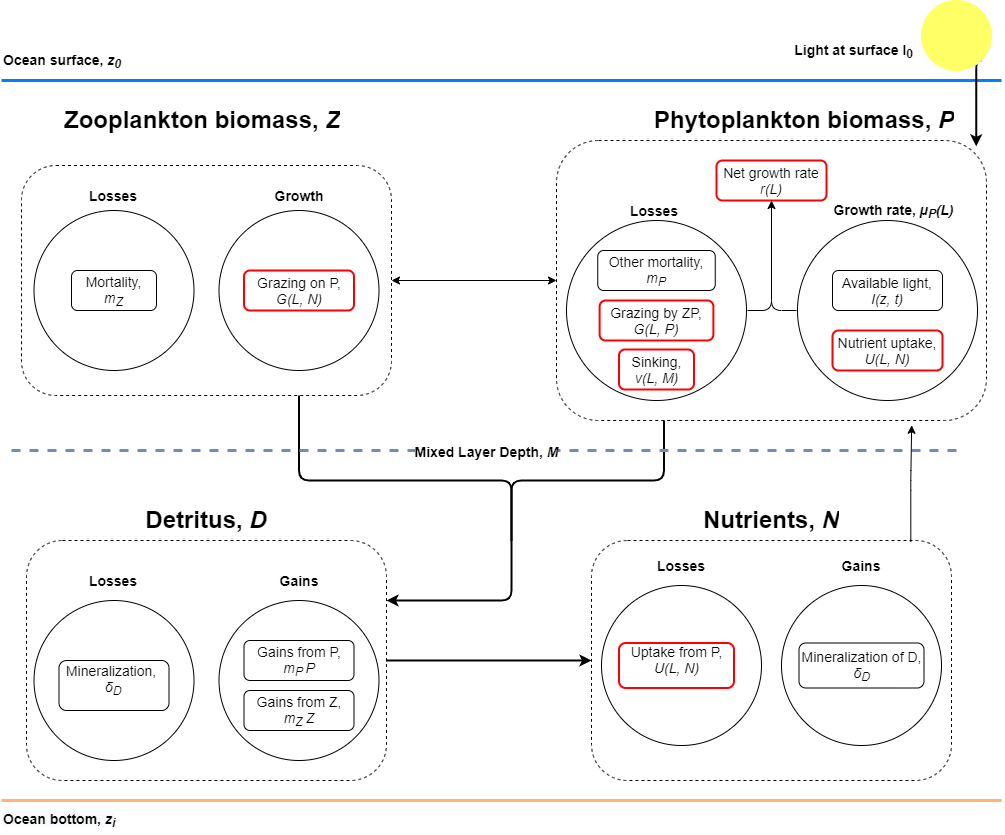
This is Figures/ModelIllustration.png from MickiJensen/Final-report, a draw.io export, as it was before one commit. Source tidied: cells renumbered, new cells last; positions are measured from the earlier drawing's top-left corner, leaving out a move shared by most shapes.
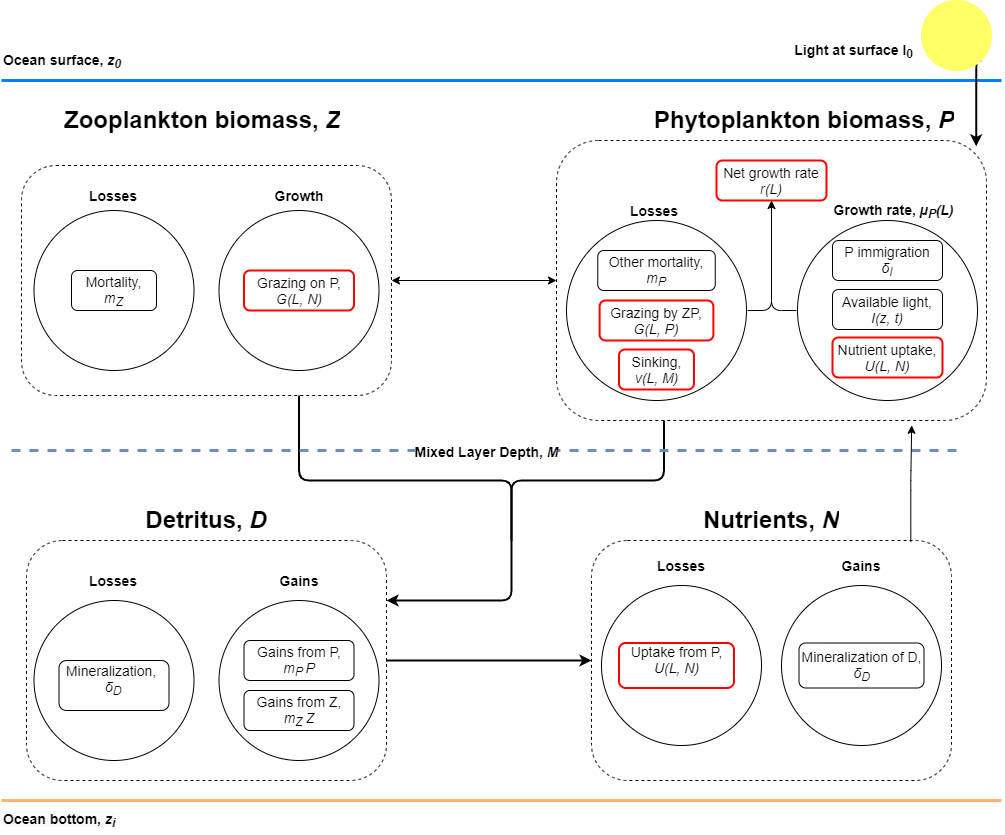
Later version of the same file.

What changed in the source:
```diff
@@ -63,10 +63,10 @@
       <mxGeometry x="790" y="40" width="125" height="20" as="geometry" />
     </mxCell>
     <mxCell id="15" value="&lt;font style=&quot;font-size: 14px&quot;&gt;Nutrient uptake, &lt;i&gt;U(L, N)&lt;/i&gt;&lt;/font&gt;" style="rounded=1;whiteSpace=wrap;html=1;strokeWidth=2;fillColor=none;strokeColor=#FF0000;" parent="1" vertex="1">
-      <mxGeometry x="831" y="330" width="110" height="40" as="geometry" />
+      <mxGeometry x="831" y="337" width="110" height="40" as="geometry" />
     </mxCell>
     <mxCell id="16" value="&lt;font style=&quot;font-size: 14px&quot;&gt;Available light,&lt;br&gt;&lt;i&gt;I(z, t)&lt;/i&gt;&lt;/font&gt;" style="rounded=1;whiteSpace=wrap;html=1;strokeWidth=1;fillColor=none;" parent="1" vertex="1">
-      <mxGeometry x="831" y="270" width="110" height="40" as="geometry" />
+      <mxGeometry x="831" y="289" width="110" height="40" as="geometry" />
     </mxCell>
     <mxCell id="17" value="&lt;font style=&quot;font-size: 14px&quot;&gt;Net growth rate&lt;br&gt;&lt;/font&gt;&lt;i style=&quot;font-size: 14px&quot;&gt;&lt;font style=&quot;font-size: 14px&quot;&gt;r(L)&lt;/font&gt;&lt;br&gt;&lt;/i&gt;" style="rounded=1;whiteSpace=wrap;html=1;strokeWidth=2;fillColor=none;strokeColor=#FF0000;" parent="1" vertex="1">
       <mxGeometry x="715" y="160" width="110" height="40" as="geometry" />
@@ -191,5 +191,8 @@
     <mxCell id="54" value="&lt;font style=&quot;font-size: 14px&quot;&gt;&lt;b style=&quot;color: rgb(0 , 0 , 0) ; font-family: &amp;#34;helvetica&amp;#34; ; font-style: normal ; letter-spacing: normal ; text-align: center ; text-indent: 0px ; text-transform: none ; word-spacing: 0px ; background-color: rgb(248 , 249 , 250)&quot;&gt;Ocean bottom, &lt;/b&gt;&lt;b style=&quot;color: rgb(0 , 0 , 0) ; font-family: &amp;#34;helvetica&amp;#34; ; letter-spacing: normal ; text-align: center ; text-indent: 0px ; text-transform: none ; word-spacing: 0px ; background-color: rgb(248 , 249 , 250)&quot;&gt;&lt;i&gt;z&lt;sub&gt;i&lt;/sub&gt;&lt;/i&gt;&lt;/b&gt;&lt;/font&gt;" style="text;whiteSpace=wrap;html=1;" parent="1" vertex="1">
       <mxGeometry y="804" width="140" height="30" as="geometry" />
     </mxCell>
+    <mxCell id="55" value="&lt;font style=&quot;font-size: 14px&quot;&gt;P immigration&lt;br&gt;&lt;i&gt;δ&lt;sub&gt;I&lt;/sub&gt;&lt;/i&gt;&lt;/font&gt;" style="rounded=1;whiteSpace=wrap;html=1;strokeWidth=1;fillColor=none;" parent="1" vertex="1">
+      <mxGeometry x="831" y="240" width="110" height="40" as="geometry" />
+    </mxCell>
   </root>
 </mxGraphModel>
```
